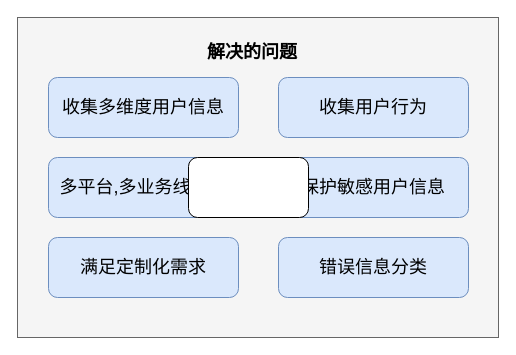
This is 异常01.drawio from hottaiger/gitTest, a draw.io file, before an edit. Source tidied: cells renumbered, new cells numbered last; positions are measured from the earlier drawing's top-left corner, leaving out a move shared by most shapes. Both pictures are drawn from the tidied source at 100%, with x=0, y=0 at pixel (17, 17).
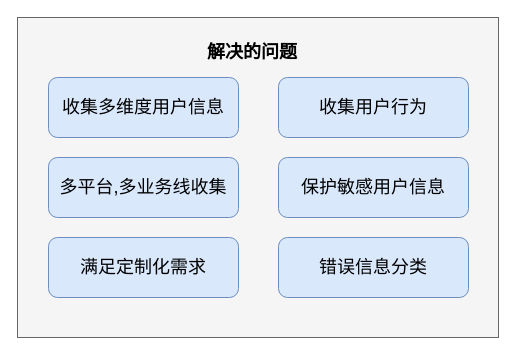
The same page after the edit.

Diff of the diagram source:
```diff
@@
 <mxGraphModel>
   <root>
     <mxCell id="0" />
     <mxCell id="1" parent="0" />
     <mxCell id="2" style="rounded=0;whiteSpace=wrap;html=1;fillColor=#f5f5f5;fontColor=#333333;strokeColor=#666666;" parent="1" vertex="1">
       <mxGeometry width="481" height="320" as="geometry" />
     </mxCell>
     <mxCell id="3" value="&lt;b style=&quot;font-size: 18px;&quot;&gt;&lt;font style=&quot;font-size: 18px;&quot;&gt;解决的问题&lt;/font&gt;&lt;/b&gt;" style="text;html=1;strokeColor=none;fillColor=none;align=center;verticalAlign=middle;whiteSpace=wrap;rounded=0;fontSize=18;" parent="1" vertex="1">
       <mxGeometry x="180" y="20" width="110" height="30" as="geometry" />
     </mxCell>
     <mxCell id="4" value="收集多维度用户信息" style="rounded=1;whiteSpace=wrap;html=1;fontSize=18;fillColor=#dae8fc;strokeColor=#6c8ebf;" parent="1" vertex="1">
       <mxGeometry x="31" y="60" width="190" height="60" as="geometry" />
     </mxCell>
     <mxCell id="5" value="收集用户行为" style="rounded=1;whiteSpace=wrap;html=1;fontSize=18;fillColor=#dae8fc;strokeColor=#6c8ebf;" parent="1" vertex="1">
       <mxGeometry x="261" y="60" width="190" height="60" as="geometry" />
     </mxCell>
     <mxCell id="6" value="多平台,多业务线收集" style="rounded=1;whiteSpace=wrap;html=1;fontSize=18;fillColor=#dae8fc;strokeColor=#6c8ebf;" parent="1" vertex="1">
       <mxGeometry x="31" y="140" width="190" height="60" as="geometry" />
     </mxCell>
     <mxCell id="7" value="保护敏感用户信息" style="rounded=1;whiteSpace=wrap;html=1;fontSize=18;fillColor=#dae8fc;strokeColor=#6c8ebf;" parent="1" vertex="1">
       <mxGeometry x="261" y="140" width="190" height="60" as="geometry" />
     </mxCell>
     <mxCell id="8" value="满足定制化需求" style="rounded=1;whiteSpace=wrap;html=1;fontSize=18;fillColor=#dae8fc;strokeColor=#6c8ebf;" parent="1" vertex="1">
       <mxGeometry x="31" y="220" width="190" height="60" as="geometry" />
     </mxCell>
     <mxCell id="9" value="错误信息分类" style="rounded=1;whiteSpace=wrap;html=1;fontSize=18;fillColor=#dae8fc;strokeColor=#6c8ebf;" parent="1" vertex="1">
       <mxGeometry x="261" y="220" width="190" height="60" as="geometry" />
     </mxCell>
-    <mxCell id="10" style="rounded=1;whiteSpace=wrap;html=1;fontSize=18;" parent="1" vertex="1">
-      <mxGeometry x="171" y="140" width="120" height="60" as="geometry" />
-    </mxCell>
   </root>
 </mxGraphModel>
```
